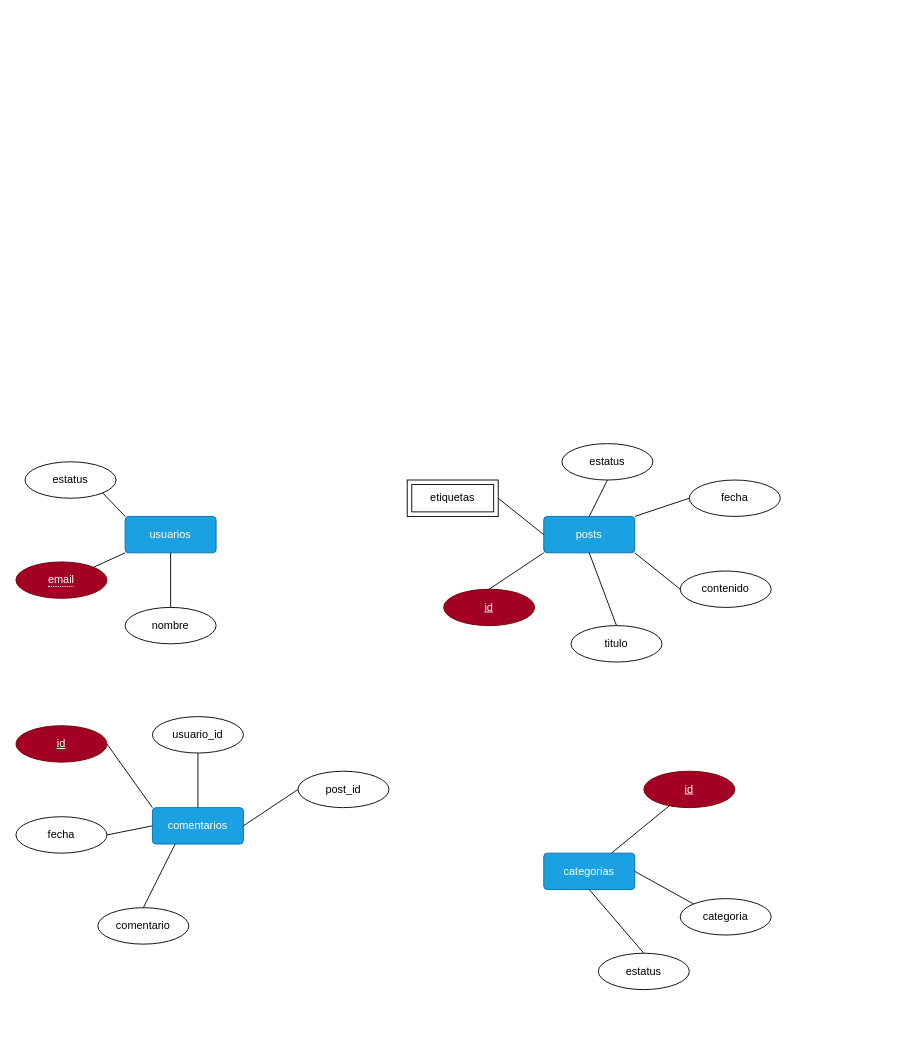
Above: page "ER" (1 of 2) of diagrams/blogs.drawio in andresflorez0799/platzi-fundamentosbd (draw.io), before the change. Source tidied: cells renumbered, new cells numbered last; positions are measured from the earlier drawing's top-left corner, leaving out a move shared by most shapes. Both pictures are drawn from the tidied source at 91%, with x=0, y=0 at pixel (15, 443).
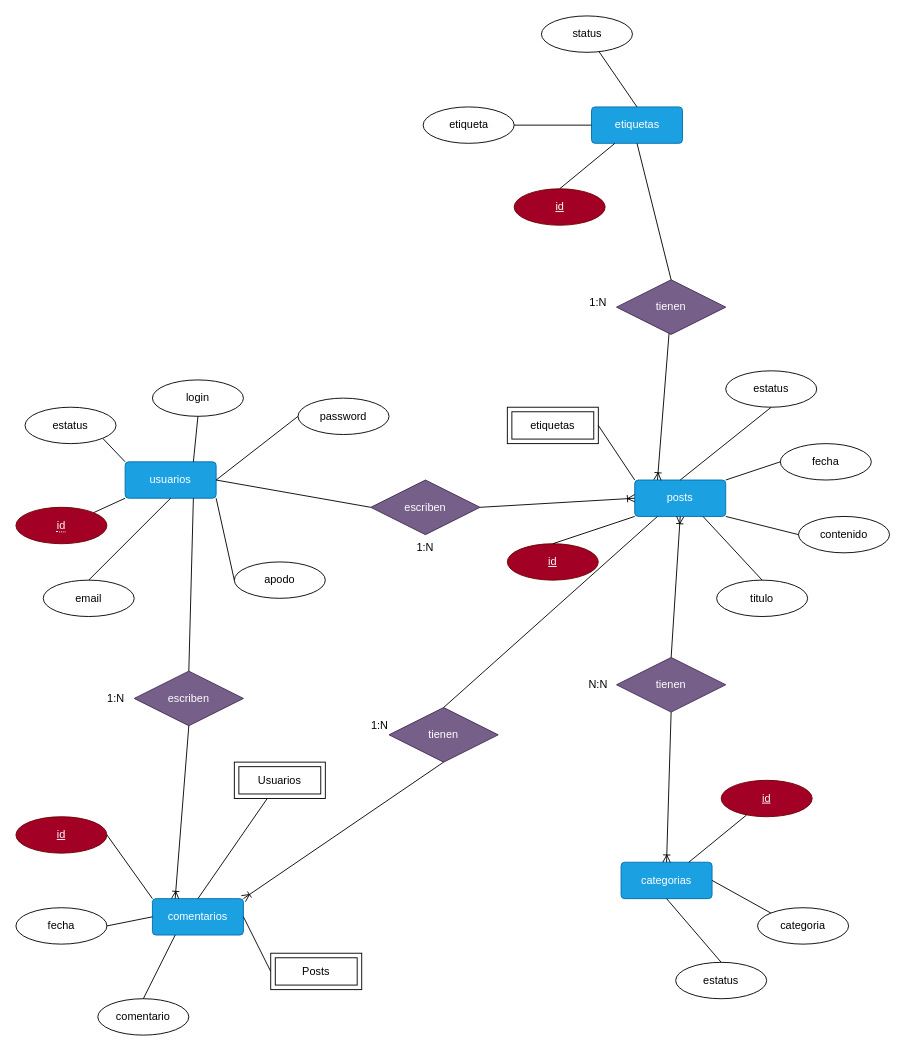
The same diagram, later.

Commit message:
Update diagrama ER y diagrama fisico.

Change to the diagram source:
```diff
@@
     <mxCell id="2" value="usuarios" style="rounded=1;arcSize=10;whiteSpace=wrap;html=1;align=center;fillColor=#1ba1e2;fontColor=#ffffff;strokeColor=#006EAF;" parent="1" vertex="1">
-      <mxGeometry x="120" y="80" width="100" height="40" as="geometry" />
+      <mxGeometry x="120" y="20" width="100" height="40" as="geometry" />
     </mxCell>
     <mxCell id="3" value="posts" style="rounded=1;arcSize=10;whiteSpace=wrap;html=1;align=center;fillColor=#1ba1e2;fontColor=#ffffff;strokeColor=#006EAF;" parent="1" vertex="1">
-      <mxGeometry x="580" y="80" width="100" height="40" as="geometry" />
+      <mxGeometry x="680" y="40" width="100" height="40" as="geometry" />
     </mxCell>
     <mxCell id="4" value="comentarios" style="rounded=1;arcSize=10;whiteSpace=wrap;html=1;align=center;fillColor=#1ba1e2;fontColor=#ffffff;strokeColor=#006EAF;" parent="1" vertex="1">
-      <mxGeometry x="150" y="400" width="100" height="40" as="geometry" />
+      <mxGeometry x="150" y="500" width="100" height="40" as="geometry" />
     </mxCell>
     <mxCell id="5" value="categorias" style="rounded=1;arcSize=10;whiteSpace=wrap;html=1;align=center;fillColor=#1ba1e2;fontColor=#ffffff;strokeColor=#006EAF;" parent="1" vertex="1">
-      <mxGeometry x="580" y="450" width="100" height="40" as="geometry" />
+      <mxGeometry x="665" y="460" width="100" height="40" as="geometry" />
     </mxCell>
-    <mxCell id="6" value="&lt;span style=&quot;border-bottom: 1px dotted&quot;&gt;email&lt;/span&gt;" style="ellipse;whiteSpace=wrap;html=1;align=center;fillColor=#a20025;fontColor=#ffffff;strokeColor=#6F0000;" parent="1" vertex="1">
-      <mxGeometry y="130" width="100" height="40" as="geometry" />
+    <mxCell id="6" value="&lt;span style=&quot;border-bottom: 1px dotted&quot;&gt;id&lt;/span&gt;" style="ellipse;whiteSpace=wrap;html=1;align=center;fillColor=#a20025;fontColor=#ffffff;strokeColor=#6F0000;" parent="1" vertex="1">
+      <mxGeometry y="70" width="100" height="40" as="geometry" />
     </mxCell>
@@
     <mxCell id="8" value="id" style="ellipse;whiteSpace=wrap;html=1;align=center;fontStyle=4;fillColor=#a20025;fontColor=#ffffff;strokeColor=#6F0000;" parent="1" vertex="1">
-      <mxGeometry x="470" y="160" width="100" height="40" as="geometry" />
+      <mxGeometry x="540" y="110" width="100" height="40" as="geometry" />
     </mxCell>
     <mxCell id="9" value="titulo" style="ellipse;whiteSpace=wrap;html=1;align=center;" parent="1" vertex="1">
-      <mxGeometry x="610" y="200" width="100" height="40" as="geometry" />
+      <mxGeometry x="770" y="150" width="100" height="40" as="geometry" />
     </mxCell>
     <mxCell id="10" value="contenido" style="ellipse;whiteSpace=wrap;html=1;align=center;" parent="1" vertex="1">
-      <mxGeometry x="730" y="140" width="100" height="40" as="geometry" />
+      <mxGeometry x="860" y="80" width="100" height="40" as="geometry" />
     </mxCell>
     <mxCell id="11" value="fecha" style="ellipse;whiteSpace=wrap;html=1;align=center;" parent="1" vertex="1">
-      <mxGeometry x="740" y="40" width="100" height="40" as="geometry" />
+      <mxGeometry x="840" width="100" height="40" as="geometry" />
     </mxCell>
     <mxCell id="12" value="estatus" style="ellipse;whiteSpace=wrap;html=1;align=center;" parent="1" vertex="1">
-      <mxGeometry x="600" width="100" height="40" as="geometry" />
+      <mxGeometry x="780" y="-80" width="100" height="40" as="geometry" />
     </mxCell>
     <mxCell id="13" value="etiquetas" style="shape=ext;margin=3;double=1;whiteSpace=wrap;html=1;align=center;" parent="1" vertex="1">
-      <mxGeometry x="430" y="40" width="100" height="40" as="geometry" />
+      <mxGeometry x="540" y="-40" width="100" height="40" as="geometry" />
     </mxCell>
@@
-    <mxCell id="15" style="endArrow=none;html=1;rounded=0;exitX=0;exitY=0.5;exitDx=0;exitDy=0;entryX=1;entryY=0.5;entryDx=0;entryDy=0;" parent="1" edge="1" source="3" target="13">
+    <mxCell id="15" style="endArrow=none;html=1;rounded=0;exitX=0;exitY=0;exitDx=0;exitDy=0;entryX=1;entryY=0.5;entryDx=0;entryDy=0;" parent="1" edge="1" source="3" target="13">
       <mxGeometry relative="1" as="geometry" />
     </mxCell>
@@
-    <mxCell id="19" style="endArrow=none;html=1;rounded=0;exitX=0.5;exitY=1;exitDx=0;exitDy=0;entryX=0.5;entryY=0;entryDx=0;entryDy=0;" parent="1" edge="1" source="3" target="9">
+    <mxCell id="19" style="endArrow=none;html=1;rounded=0;exitX=0.75;exitY=1;exitDx=0;exitDy=0;entryX=0.5;entryY=0;entryDx=0;entryDy=0;" parent="1" edge="1" source="3" target="9">
       <mxGeometry relative="1" as="geometry" />
     </mxCell>
-    <mxCell id="20" value="nombre" style="ellipse;whiteSpace=wrap;html=1;align=center;" parent="1" vertex="1">
-      <mxGeometry x="120" y="180" width="100" height="40" as="geometry" />
+    <mxCell id="20" value="email" style="ellipse;whiteSpace=wrap;html=1;align=center;" parent="1" vertex="1">
+      <mxGeometry x="30" y="150" width="100" height="40" as="geometry" />
     </mxCell>
     <mxCell id="21" value="estatus" style="ellipse;whiteSpace=wrap;html=1;align=center;" parent="1" vertex="1">
-      <mxGeometry x="10" y="20" width="100" height="40" as="geometry" />
+      <mxGeometry x="10" y="-40" width="100" height="40" as="geometry" />
     </mxCell>
@@
     <mxCell id="24" value="id" style="ellipse;whiteSpace=wrap;html=1;align=center;fontStyle=4;fillColor=#a20025;fontColor=#ffffff;strokeColor=#6F0000;" parent="1" vertex="1">
-      <mxGeometry y="310" width="100" height="40" as="geometry" />
+      <mxGeometry y="410" width="100" height="40" as="geometry" />
     </mxCell>
-    <mxCell id="25" value="usuario_id" style="ellipse;whiteSpace=wrap;html=1;align=center;" parent="1" vertex="1">
-      <mxGeometry x="150" y="300" width="100" height="40" as="geometry" />
-    </mxCell>
     <mxCell id="26" value="fecha" style="ellipse;whiteSpace=wrap;html=1;align=center;" parent="1" vertex="1">
-      <mxGeometry y="410" width="100" height="40" as="geometry" />
+      <mxGeometry y="510" width="100" height="40" as="geometry" />
     </mxCell>
     <mxCell id="27" value="comentario" style="ellipse;whiteSpace=wrap;html=1;align=center;" parent="1" vertex="1">
-      <mxGeometry x="90" y="510" width="100" height="40" as="geometry" />
+      <mxGeometry x="90" y="610" width="100" height="40" as="geometry" />
     </mxCell>
-    <mxCell id="28" style="endArrow=none;html=1;rounded=0;exitX=0.5;exitY=0;exitDx=0;exitDy=0;entryX=0.5;entryY=1;entryDx=0;entryDy=0;" parent="1" edge="1" source="4" target="25">
+    <mxCell id="28" style="endArrow=none;html=1;rounded=0;exitX=0.5;exitY=0;exitDx=0;exitDy=0;" parent="1" edge="1" source="4" target="46">
       <mxGeometry relative="1" as="geometry" />
     </mxCell>
@@
-    <mxCell id="32" value="post_id" style="ellipse;whiteSpace=wrap;html=1;align=center;" parent="1" vertex="1">
-      <mxGeometry x="310" y="360" width="100" height="40" as="geometry" />
-    </mxCell>
-    <mxCell id="33" style="endArrow=none;html=1;rounded=0;exitX=1;exitY=0.5;exitDx=0;exitDy=0;entryX=0;entryY=0.5;entryDx=0;entryDy=0;" parent="1" edge="1" source="4" target="32">
+    <mxCell id="33" style="endArrow=none;html=1;rounded=0;exitX=1;exitY=0.5;exitDx=0;exitDy=0;entryX=0;entryY=0.5;entryDx=0;entryDy=0;" parent="1" edge="1" source="4" target="47">
       <mxGeometry relative="1" as="geometry" />
     </mxCell>
     <mxCell id="34" value="id" style="ellipse;whiteSpace=wrap;html=1;align=center;fontStyle=4;fillColor=#a20025;fontColor=#ffffff;strokeColor=#6F0000;" parent="1" vertex="1">
-      <mxGeometry x="690" y="360" width="100" height="40" as="geometry" />
+      <mxGeometry x="775" y="370" width="100" height="40" as="geometry" />
     </mxCell>
@@
     <mxCell id="36" value="categoria" style="ellipse;whiteSpace=wrap;html=1;align=center;" parent="1" vertex="1">
-      <mxGeometry x="730" y="500" width="100" height="40" as="geometry" />
+      <mxGeometry x="815" y="510" width="100" height="40" as="geometry" />
     </mxCell>
     <mxCell id="37" value="estatus" style="ellipse;whiteSpace=wrap;html=1;align=center;" parent="1" vertex="1">
-      <mxGeometry x="640" y="560" width="100" height="40" as="geometry" />
+      <mxGeometry x="725" y="570" width="100" height="40" as="geometry" />
     </mxCell>
@@
+    <mxCell id="40" value="login" style="ellipse;whiteSpace=wrap;html=1;align=center;" parent="1" vertex="1">
+      <mxGeometry x="150" y="-70" width="100" height="40" as="geometry" />
+    </mxCell>
+    <mxCell id="41" value="password" style="ellipse;whiteSpace=wrap;html=1;align=center;" parent="1" vertex="1">
+      <mxGeometry x="310" y="-50" width="100" height="40" as="geometry" />
+    </mxCell>
+    <mxCell id="42" value="apodo" style="ellipse;whiteSpace=wrap;html=1;align=center;" parent="1" vertex="1">
+      <mxGeometry x="240" y="130" width="100" height="40" as="geometry" />
+    </mxCell>
+    <mxCell id="43" style="endArrow=none;html=1;rounded=0;exitX=0;exitY=0.5;exitDx=0;exitDy=0;entryX=1;entryY=1;entryDx=0;entryDy=0;" parent="1" edge="1" source="42" target="2">
+      <mxGeometry relative="1" as="geometry" />
+    </mxCell>
+    <mxCell id="44" style="endArrow=none;html=1;rounded=0;exitX=0;exitY=0.5;exitDx=0;exitDy=0;entryX=1;entryY=0.5;entryDx=0;entryDy=0;" parent="1" edge="1" source="41" target="2">
+      <mxGeometry relative="1" as="geometry" />
+    </mxCell>
+    <mxCell id="45" style="endArrow=none;html=1;rounded=0;exitX=0.5;exitY=1;exitDx=0;exitDy=0;entryX=0.75;entryY=0;entryDx=0;entryDy=0;" parent="1" edge="1" source="40" target="2">
+      <mxGeometry relative="1" as="geometry" />
+    </mxCell>
+    <mxCell id="46" value="Usuarios" style="shape=ext;margin=3;double=1;whiteSpace=wrap;html=1;align=center;" parent="1" vertex="1">
+      <mxGeometry x="240" y="350" width="100" height="40" as="geometry" />
+    </mxCell>
+    <mxCell id="47" value="Posts" style="shape=ext;margin=3;double=1;whiteSpace=wrap;html=1;align=center;" parent="1" vertex="1">
+      <mxGeometry x="280" y="560" width="100" height="40" as="geometry" />
+    </mxCell>
+    <mxCell id="48" value="etiquetas" style="rounded=1;arcSize=10;whiteSpace=wrap;html=1;align=center;fillColor=#1ba1e2;fontColor=#ffffff;strokeColor=#006EAF;" parent="1" vertex="1">
+      <mxGeometry x="632.5" y="-370" width="100" height="40" as="geometry" />
+    </mxCell>
+    <mxCell id="49" value="etiqueta" style="ellipse;whiteSpace=wrap;html=1;align=center;" parent="1" vertex="1">
+      <mxGeometry x="447.5" y="-370" width="100" height="40" as="geometry" />
+    </mxCell>
+    <mxCell id="50" value="id" style="ellipse;whiteSpace=wrap;html=1;align=center;fontStyle=4;fillColor=#a20025;fontColor=#ffffff;strokeColor=#6F0000;" parent="1" vertex="1">
+      <mxGeometry x="547.5" y="-280" width="100" height="40" as="geometry" />
+    </mxCell>
+    <mxCell id="51" value="status" style="ellipse;whiteSpace=wrap;html=1;align=center;" parent="1" vertex="1">
+      <mxGeometry x="577.5" y="-470" width="100" height="40" as="geometry" />
+    </mxCell>
+    <mxCell id="52" style="endArrow=none;html=1;rounded=0;exitX=0;exitY=0.5;exitDx=0;exitDy=0;entryX=1;entryY=0.5;entryDx=0;entryDy=0;" parent="1" edge="1" source="48" target="49">
+      <mxGeometry relative="1" as="geometry" />
+    </mxCell>
+    <mxCell id="53" style="endArrow=none;html=1;rounded=0;exitX=0.5;exitY=0;exitDx=0;exitDy=0;" parent="1" edge="1" source="48" target="51">
+      <mxGeometry relative="1" as="geometry" />
+    </mxCell>
+    <mxCell id="54" style="endArrow=none;html=1;rounded=0;entryX=0.5;entryY=0;entryDx=0;entryDy=0;" parent="1" edge="1" source="48" target="50">
+      <mxGeometry relative="1" as="geometry" />
+    </mxCell>
+    <mxCell id="55" value="escriben" style="shape=rhombus;perimeter=rhombusPerimeter;whiteSpace=wrap;html=1;align=center;fillColor=#76608a;strokeColor=#432D57;fontColor=#ffffff;" parent="1" vertex="1">
+      <mxGeometry x="130" y="250" width="120" height="60" as="geometry" />
+    </mxCell>
+    <mxCell id="56" style="fontSize=12;html=1;endArrow=ERoneToMany;exitX=0.5;exitY=1;exitDx=0;exitDy=0;entryX=0.25;entryY=0;entryDx=0;entryDy=0;strokeColor=default;shadow=0;" parent="1" edge="1" source="55" target="4">
+      <mxGeometry relative="1" as="geometry" />
+    </mxCell>
+    <mxCell id="57" style="endArrow=none;html=1;rounded=0;shadow=0;sketch=0;strokeColor=default;exitX=0.75;exitY=1;exitDx=0;exitDy=0;entryX=0.5;entryY=0;entryDx=0;entryDy=0;" parent="1" edge="1" source="2" target="55">
+      <mxGeometry relative="1" as="geometry" />
+    </mxCell>
+    <mxCell id="58" value="1:N" style="text;html=1;strokeColor=none;fillColor=none;align=center;verticalAlign=middle;whiteSpace=wrap;rounded=0;" parent="1" vertex="1">
+      <mxGeometry x="80" y="265" width="60" height="30" as="geometry" />
+    </mxCell>
+    <mxCell id="59" value="escriben" style="shape=rhombus;perimeter=rhombusPerimeter;whiteSpace=wrap;html=1;align=center;fillColor=#76608a;strokeColor=#432D57;fontColor=#ffffff;" parent="1" vertex="1">
+      <mxGeometry x="390" y="40" width="120" height="60" as="geometry" />
+    </mxCell>
+    <mxCell id="60" value="1:N" style="text;html=1;strokeColor=none;fillColor=none;align=center;verticalAlign=middle;whiteSpace=wrap;rounded=0;" parent="1" vertex="1">
+      <mxGeometry x="420" y="100" width="60" height="30" as="geometry" />
+    </mxCell>
+    <mxCell id="61" style="endArrow=none;html=1;rounded=0;shadow=0;sketch=0;strokeColor=default;exitX=1;exitY=0.5;exitDx=0;exitDy=0;entryX=0;entryY=0.5;entryDx=0;entryDy=0;" parent="1" edge="1" source="2" target="59">
+      <mxGeometry relative="1" as="geometry" />
+    </mxCell>
+    <mxCell id="62" style="fontSize=12;html=1;endArrow=ERoneToMany;exitX=1;exitY=0.5;exitDx=0;exitDy=0;entryX=0;entryY=0.5;entryDx=0;entryDy=0;strokeColor=default;shadow=0;" parent="1" edge="1" source="59" target="3">
+      <mxGeometry relative="1" as="geometry" />
+    </mxCell>
+    <mxCell id="63" value="tienen" style="shape=rhombus;perimeter=rhombusPerimeter;whiteSpace=wrap;html=1;align=center;fillColor=#76608a;strokeColor=#432D57;fontColor=#ffffff;" parent="1" vertex="1">
+      <mxGeometry x="660" y="-180" width="120" height="60" as="geometry" />
+    </mxCell>
+    <mxCell id="64" style="endArrow=none;html=1;rounded=0;shadow=0;sketch=0;strokeColor=default;exitX=0.5;exitY=1;exitDx=0;exitDy=0;entryX=0.5;entryY=0;entryDx=0;entryDy=0;" parent="1" edge="1" source="48" target="63">
+      <mxGeometry relative="1" as="geometry" />
+    </mxCell>
+    <mxCell id="65" style="fontSize=12;html=1;endArrow=ERoneToMany;entryX=0.25;entryY=0;entryDx=0;entryDy=0;strokeColor=default;shadow=0;" parent="1" edge="1" source="63" target="3">
+      <mxGeometry relative="1" as="geometry" />
+    </mxCell>
+    <mxCell id="66" value="1:N" style="text;html=1;strokeColor=none;fillColor=none;align=center;verticalAlign=middle;whiteSpace=wrap;rounded=0;" parent="1" vertex="1">
+      <mxGeometry x="610" y="-170" width="60" height="30" as="geometry" />
+    </mxCell>
+    <mxCell id="67" value="tienen" style="shape=rhombus;perimeter=rhombusPerimeter;whiteSpace=wrap;html=1;align=center;fillColor=#76608a;strokeColor=#432D57;fontColor=#ffffff;" parent="1" vertex="1">
+      <mxGeometry x="660" y="235" width="120" height="60" as="geometry" />
+    </mxCell>
+    <mxCell id="68" style="fontSize=12;html=1;endArrow=ERoneToMany;exitX=0.5;exitY=0;exitDx=0;exitDy=0;entryX=0.5;entryY=1;entryDx=0;entryDy=0;strokeColor=default;shadow=0;" parent="1" edge="1" source="67" target="3">
+      <mxGeometry relative="1" as="geometry" />
+    </mxCell>
+    <mxCell id="69" value="N:N" style="text;html=1;strokeColor=none;fillColor=none;align=center;verticalAlign=middle;whiteSpace=wrap;rounded=0;" parent="1" vertex="1">
+      <mxGeometry x="610" y="250" width="60" height="30" as="geometry" />
+    </mxCell>
+    <mxCell id="70" style="fontSize=12;html=1;endArrow=ERoneToMany;exitX=0.5;exitY=1;exitDx=0;exitDy=0;strokeColor=default;shadow=0;entryX=0.5;entryY=0;entryDx=0;entryDy=0;" parent="1" edge="1" source="67" target="5">
+      <mxGeometry relative="1" as="geometry" />
+    </mxCell>
+    <mxCell id="71" value="tienen" style="shape=rhombus;perimeter=rhombusPerimeter;whiteSpace=wrap;html=1;align=center;fillColor=#76608a;strokeColor=#432D57;fontColor=#ffffff;" parent="1" vertex="1">
+      <mxGeometry x="410" y="290" width="120" height="60" as="geometry" />
+    </mxCell>
+    <mxCell id="72" style="endArrow=none;html=1;rounded=0;shadow=0;sketch=0;strokeColor=default;exitX=0.25;exitY=1;exitDx=0;exitDy=0;entryX=0.5;entryY=0;entryDx=0;entryDy=0;" parent="1" edge="1" source="3" target="71">
+      <mxGeometry relative="1" as="geometry" />
+    </mxCell>
+    <mxCell id="73" style="fontSize=12;html=1;endArrow=ERoneToMany;exitX=0.5;exitY=1;exitDx=0;exitDy=0;entryX=1;entryY=0;entryDx=0;entryDy=0;strokeColor=default;shadow=0;" parent="1" edge="1" source="71" target="4">
+      <mxGeometry relative="1" as="geometry" />
+    </mxCell>
+    <mxCell id="74" value="1:N" style="text;html=1;strokeColor=none;fillColor=none;align=center;verticalAlign=middle;whiteSpace=wrap;rounded=0;" parent="1" vertex="1">
+      <mxGeometry x="370" y="295" width="60" height="30" as="geometry" />
+    </mxCell>
```
